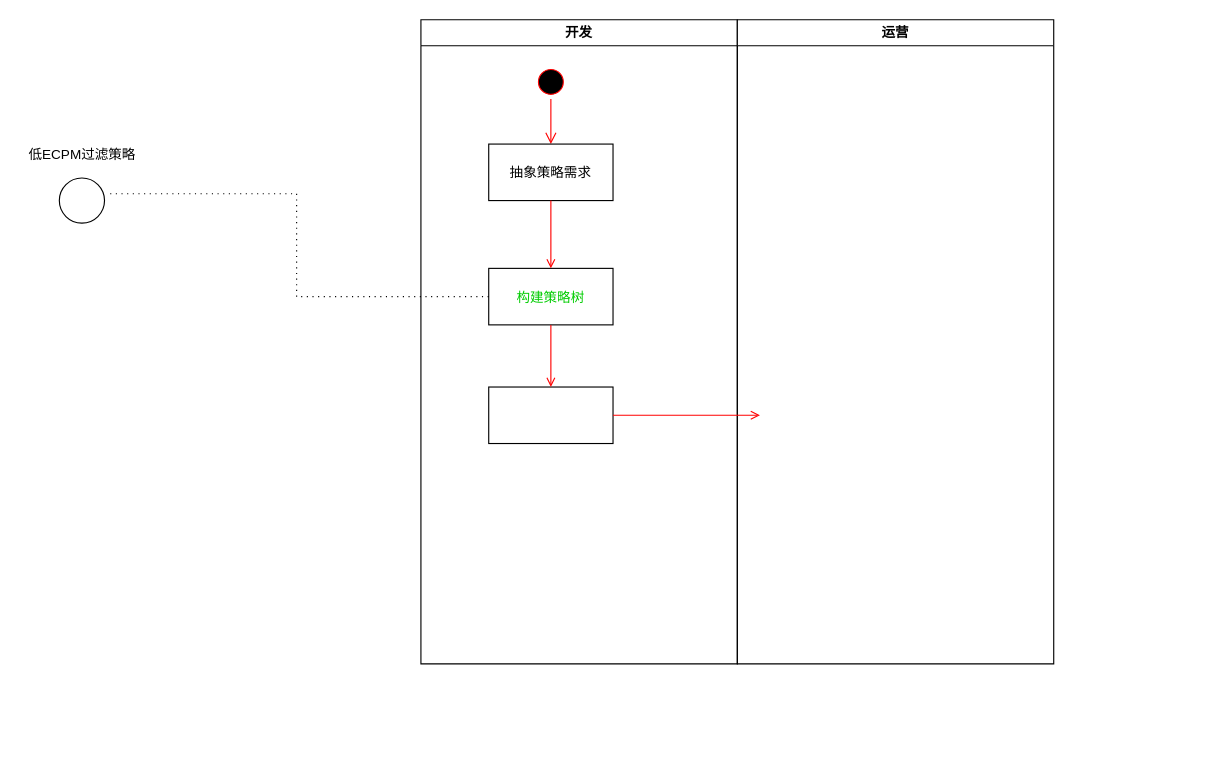
Before: universal-engine/boss_configuration.drawio in karlchan-cn/drawio-repository, a draw.io diagram. Source tidied: cells renumbered, new cells numbered last; positions are measured from the earlier drawing's top-left corner, leaving out a move shared by most shapes. Both pictures are drawn from the tidied source at 113%, with x=0, y=0 at pixel (19, 19).
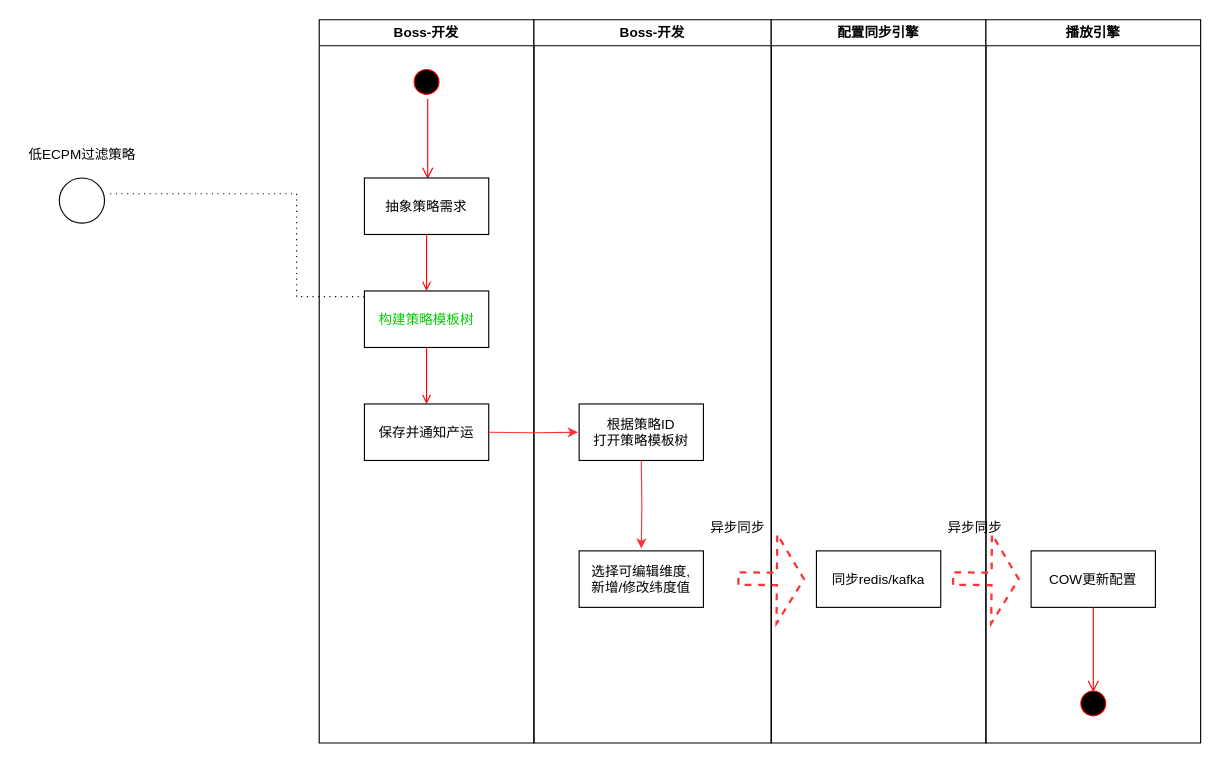
The same page after the edit.

Change to the diagram source:
```diff
@@
-    <mxCell id="2" value="开发" style="swimlane;whiteSpace=wrap;" parent="1" vertex="1">
-      <mxGeometry x="355" width="280" height="570" as="geometry" />
+    <mxCell id="2" value="Boss-开发" style="swimlane;whiteSpace=wrap;" parent="1" vertex="1">
+      <mxGeometry x="265" width="190" height="640" as="geometry" />
     </mxCell>
     <mxCell id="3" style="ellipse;shape=startState;fillColor=#000000;strokeColor=#ff0000;" parent="2" vertex="1">
-      <mxGeometry x="100" y="40" width="30" height="30" as="geometry" />
+      <mxGeometry x="80" y="40" width="30" height="30" as="geometry" />
     </mxCell>
-    <mxCell id="4" style="edgeStyle=elbowEdgeStyle;elbow=horizontal;verticalAlign=bottom;endArrow=open;endSize=8;strokeColor=#FF0000;endFill=1;rounded=0;" parent="2" edge="1" source="3" target="5">
+    <mxCell id="4" style="edgeStyle=elbowEdgeStyle;elbow=horizontal;verticalAlign=bottom;endArrow=open;endSize=8;strokeColor=#FF0000;endFill=1;rounded=0;entryX=0.509;entryY=0.02;entryDx=0;entryDy=0;entryPerimeter=0;" parent="2" edge="1" source="3" target="5">
       <mxGeometry x="100" y="40" as="geometry" />
     </mxCell>
     <mxCell id="5" value="抽象策略需求" parent="2" vertex="1">
-      <mxGeometry x="60" y="110" width="110" height="50" as="geometry" />
+      <mxGeometry x="40" y="140" width="110" height="50" as="geometry" />
     </mxCell>
-    <mxCell id="6" value="构建策略树" style="fontColor=#00CC00;" parent="2" vertex="1">
-      <mxGeometry x="60" y="220" width="110" height="50" as="geometry" />
+    <mxCell id="6" value="构建策略模板树" style="fontColor=#00CC00;" parent="2" vertex="1">
+      <mxGeometry x="40" y="240" width="110" height="50" as="geometry" />
     </mxCell>
-    <mxCell id="7" style="endArrow=open;strokeColor=#FF0000;endFill=1;rounded=0;" parent="2" edge="1" source="5" target="6">
-      <mxGeometry relative="1" as="geometry" />
+    <mxCell id="7" style="endArrow=open;strokeColor=#FF0000;endFill=1;rounded=0;" parent="2" edge="1" target="6">
+      <mxGeometry relative="1" as="geometry">
+        <mxPoint x="95" y="190" as="sourcePoint" />
+      </mxGeometry>
     </mxCell>
-    <mxCell id="8" parent="2" vertex="1">
-      <mxGeometry x="60" y="325" width="110" height="50" as="geometry" />
+    <mxCell id="8" value="保存并通知产运" parent="2" vertex="1">
+      <mxGeometry x="40" y="340" width="110" height="50" as="geometry" />
     </mxCell>
-    <mxCell id="9" style="endArrow=open;strokeColor=#FF0000;endFill=1;rounded=0;" parent="2" edge="1" source="6" target="8">
-      <mxGeometry relative="1" as="geometry" />
+    <mxCell id="9" style="endArrow=open;strokeColor=#FF0000;endFill=1;rounded=0;" parent="2" edge="1" source="6">
+      <mxGeometry relative="1" as="geometry">
+        <mxPoint x="95" y="340" as="targetPoint" />
+      </mxGeometry>
     </mxCell>
-    <mxCell id="10" value="运营" style="swimlane;whiteSpace=wrap;" parent="1" vertex="1">
-      <mxGeometry x="635" width="280" height="570" as="geometry" />
-    </mxCell>
-    <mxCell id="11" style="endArrow=open;strokeColor=#FF0000;endFill=1;rounded=0;" parent="1" edge="1" source="8">
-      <mxGeometry relative="1" as="geometry">
-        <mxPoint x="655" y="350" as="targetPoint" />
-      </mxGeometry>
-    </mxCell>
@@
+    <mxCell id="15" value="Boss-开发" style="swimlane;whiteSpace=wrap;" parent="1" vertex="1">
+      <mxGeometry x="455" width="210" height="640" as="geometry" />
+    </mxCell>
+    <mxCell id="16" value="根据策略ID&#10;打开策略模板树" parent="15" vertex="1">
+      <mxGeometry x="40" y="340" width="110" height="50" as="geometry" />
+    </mxCell>
+    <mxCell id="17" value="选择可编辑维度,&#10;新增/修改纬度值" style="fillColor=rgb(255, 255, 255);strokeColor=rgb(0, 0, 0);fontColor=rgb(0, 0, 0);" parent="15" vertex="1">
+      <mxGeometry x="40" y="470" width="110" height="50" as="geometry" />
+    </mxCell>
+    <mxCell id="18" value="异步同步" style="text;html=1;align=center;verticalAlign=middle;strokeColor=none;fillColor=none;" parent="15" vertex="1">
+      <mxGeometry x="150" y="440" width="60" height="20" as="geometry" />
+    </mxCell>
+    <mxCell id="19" style="edgeStyle=orthogonalEdgeStyle;rounded=0;jettySize=auto;html=1;entryX=-0.009;entryY=0.5;entryDx=0;entryDy=0;entryPerimeter=0;strokeColor=#FF3333;" parent="1" edge="1" target="16">
+      <mxGeometry relative="1" as="geometry">
+        <mxPoint x="415" y="365" as="sourcePoint" />
+      </mxGeometry>
+    </mxCell>
+    <mxCell id="20" style="edgeStyle=orthogonalEdgeStyle;rounded=0;jettySize=auto;html=1;entryX=0.5;entryY=-0.04;entryDx=0;entryDy=0;entryPerimeter=0;strokeColor=#FF3333;" parent="1" edge="1" target="17">
+      <mxGeometry relative="1" as="geometry">
+        <mxPoint x="550" y="390" as="sourcePoint" />
+      </mxGeometry>
+    </mxCell>
+    <mxCell id="21" value="配置同步引擎" style="swimlane;whiteSpace=wrap;" parent="1" vertex="1">
+      <mxGeometry x="665" width="190" height="640" as="geometry" />
+    </mxCell>
+    <mxCell id="22" value="同步redis/kafka" style="fillColor=rgb(255, 255, 255);strokeColor=rgb(0, 0, 0);fontColor=rgb(0, 0, 0);" parent="21" vertex="1">
+      <mxGeometry x="40" y="470" width="110" height="50" as="geometry" />
+    </mxCell>
+    <mxCell id="23" style="shape=flexArrow;endArrow=classic;html=1;rounded=0;strokeColor=#FF3333;endWidth=66;endSize=7.33;dashed=1;strokeWidth=2;" parent="21" edge="1">
+      <mxGeometry relative="1" as="geometry">
+        <mxPoint x="-30" y="494.5" as="sourcePoint" />
+        <mxPoint x="30" y="495" as="targetPoint" />
+      </mxGeometry>
+    </mxCell>
+    <mxCell id="24" value="播放引擎" style="swimlane;whiteSpace=wrap;" parent="1" vertex="1">
+      <mxGeometry x="855" width="190" height="640" as="geometry" />
+    </mxCell>
+    <mxCell id="25" value="COW更新配置" style="fillColor=rgb(255, 255, 255);strokeColor=rgb(0, 0, 0);fontColor=rgb(0, 0, 0);" parent="24" vertex="1">
+      <mxGeometry x="40" y="470" width="110" height="50" as="geometry" />
+    </mxCell>
+    <mxCell id="26" value="异步同步" style="text;html=1;align=center;verticalAlign=middle;strokeColor=none;fillColor=none;" parent="24" vertex="1">
+      <mxGeometry x="-40" y="440" width="60" height="20" as="geometry" />
+    </mxCell>
+    <mxCell id="27" style="shape=flexArrow;endArrow=classic;html=1;rounded=0;strokeColor=#FF3333;endWidth=66;endSize=7.33;dashed=1;strokeWidth=2;" parent="24" edge="1">
+      <mxGeometry relative="1" as="geometry">
+        <mxPoint x="-30" y="494.5" as="sourcePoint" />
+        <mxPoint x="30" y="495" as="targetPoint" />
+      </mxGeometry>
+    </mxCell>
+    <mxCell id="28" style="ellipse;shape=startState;fillColor=#000000;strokeColor=#ff0000;" parent="24" vertex="1">
+      <mxGeometry x="80" y="590" width="30" height="30" as="geometry" />
+    </mxCell>
+    <mxCell id="29" style="edgeStyle=elbowEdgeStyle;elbow=horizontal;verticalAlign=bottom;endArrow=open;endSize=8;strokeColor=#FF0000;endFill=1;rounded=0;" parent="24" edge="1">
+      <mxGeometry x="-210.5" y="440" as="geometry">
+        <mxPoint x="95" y="520" as="sourcePoint" />
+        <mxPoint x="94.5" y="595" as="targetPoint" />
+      </mxGeometry>
+    </mxCell>
```
